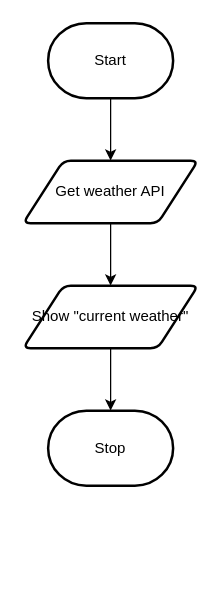
The draw.io diagram design/flowchart.drawio in MTHS-ICD2O-1-2024/ICD2O-Unit-6-03-Domenic-dangelo, before the edit. Source tidied: cells renumbered, new cells numbered last; positions are measured from the earlier drawing's top-left corner, leaving out a move shared by most shapes. Both pictures are drawn from the tidied source at 125%, with x=0, y=0 at pixel (22, 22).
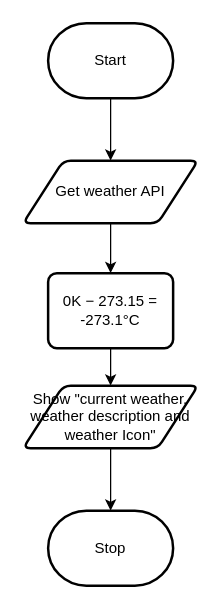
The same diagram, later.

Commit message (it also covers changes not shown here):
flowchart and storyboard changed

The edit, as a diff of the source:
```diff
@@
 <mxGraphModel>
   <root>
     <mxCell id="0" />
     <mxCell id="1" parent="0" />
     <mxCell id="2" style="edgeStyle=orthogonalEdgeStyle;html=1;exitX=0.5;exitY=1;exitDx=0;exitDy=0;exitPerimeter=0;entryX=0.5;entryY=0;entryDx=0;entryDy=0;rounded=0;curved=0;" parent="1" edge="1" source="3" target="6">
       <mxGeometry relative="1" as="geometry" />
     </mxCell>
     <mxCell id="3" value="Start" style="strokeWidth=2;html=1;shape=mxgraph.flowchart.terminator;whiteSpace=wrap;" parent="1" vertex="1">
       <mxGeometry x="20" width="100" height="60" as="geometry" />
     </mxCell>
     <mxCell id="4" value="Stop" style="strokeWidth=2;html=1;shape=mxgraph.flowchart.terminator;whiteSpace=wrap;" parent="1" vertex="1">
-      <mxGeometry x="20" y="310" width="100" height="60" as="geometry" />
+      <mxGeometry x="20" y="390" width="100" height="60" as="geometry" />
     </mxCell>
-    <mxCell id="5" style="edgeStyle=orthogonalEdgeStyle;shape=connector;curved=0;rounded=0;html=1;exitX=0.5;exitY=1;exitDx=0;exitDy=0;entryX=0.5;entryY=0;entryDx=0;entryDy=0;strokeColor=default;align=center;verticalAlign=middle;fontFamily=Helvetica;fontSize=11;fontColor=default;labelBackgroundColor=default;endArrow=classic;" parent="1" edge="1" source="6" target="8">
-      <mxGeometry relative="1" as="geometry" />
-    </mxCell>
+    <mxCell id="9" style="edgeStyle=none;html=1;exitX=0.5;exitY=1;exitDx=0;exitDy=0;entryX=0.5;entryY=0;entryDx=0;entryDy=0;" parent="1" edge="1" source="6" target="11">
+      <mxGeometry relative="1" as="geometry" />
+    </mxCell>
     <mxCell id="6" value="Get weather API" style="shape=parallelogram;html=1;strokeWidth=2;perimeter=parallelogramPerimeter;whiteSpace=wrap;rounded=1;arcSize=12;size=0.23;" parent="1" vertex="1">
       <mxGeometry y="110" width="140" height="50" as="geometry" />
     </mxCell>
     <mxCell id="7" style="edgeStyle=orthogonalEdgeStyle;shape=connector;curved=0;rounded=0;html=1;exitX=0.5;exitY=1;exitDx=0;exitDy=0;strokeColor=default;align=center;verticalAlign=middle;fontFamily=Helvetica;fontSize=11;fontColor=default;labelBackgroundColor=default;endArrow=classic;" parent="1" edge="1" source="8" target="4">
       <mxGeometry relative="1" as="geometry" />
     </mxCell>
-    <mxCell id="8" value="Show &quot;current weather&quot;" style="shape=parallelogram;html=1;strokeWidth=2;perimeter=parallelogramPerimeter;whiteSpace=wrap;rounded=1;arcSize=12;size=0.23;" parent="1" vertex="1">
-      <mxGeometry y="210" width="140" height="50" as="geometry" />
+    <mxCell id="8" value="Show &quot;current weather, weather description and weather Icon&quot;" style="shape=parallelogram;html=1;strokeWidth=2;perimeter=parallelogramPerimeter;whiteSpace=wrap;rounded=1;arcSize=12;size=0.23;" parent="1" vertex="1">
+      <mxGeometry y="290" width="140" height="50" as="geometry" />
     </mxCell>
+    <mxCell id="10" style="edgeStyle=none;html=1;exitX=0.5;exitY=1;exitDx=0;exitDy=0;entryX=0.5;entryY=0;entryDx=0;entryDy=0;" parent="1" edge="1" source="11" target="8">
+      <mxGeometry relative="1" as="geometry" />
+    </mxCell>
+    <mxCell id="11" value="&lt;div&gt;&lt;font color=&quot;#000000&quot;&gt;0K − 273.15 = -273.1°C&lt;/font&gt;&lt;/div&gt;" style="rounded=1;whiteSpace=wrap;html=1;absoluteArcSize=1;arcSize=14;strokeWidth=2;" parent="1" vertex="1">
+      <mxGeometry x="20" y="200" width="100" height="60" as="geometry" />
+    </mxCell>
   </root>
 </mxGraphModel>
```
